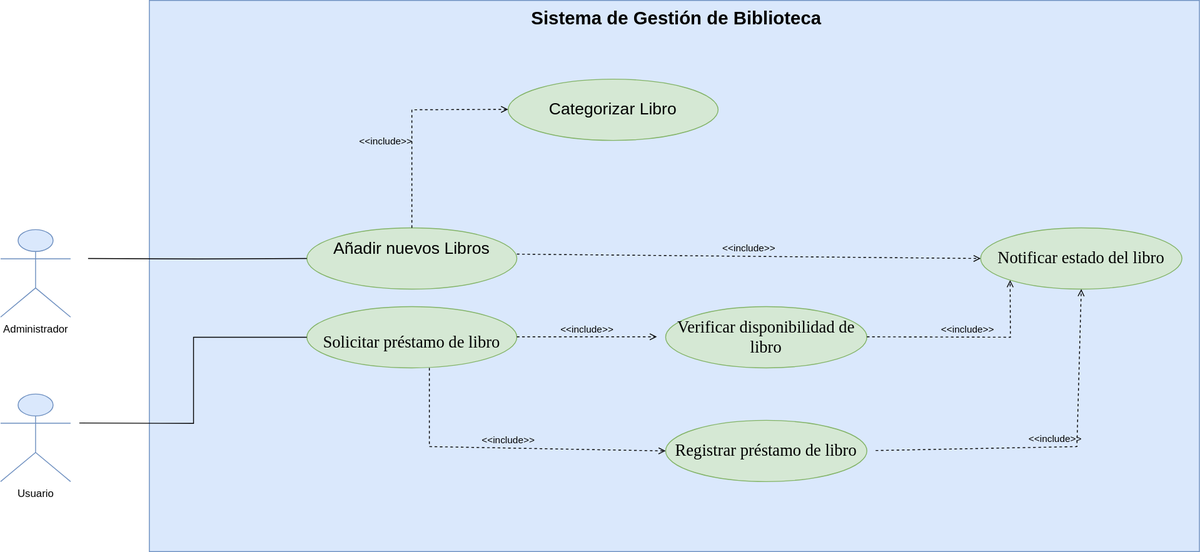
Before: diagramas/diagrama_biblioteca.svg, a diagram exported from draw.io (juanfernandocabuyales/usb_arquitectura). Source tidied: cells renumbered, new cells last; positions are measured from the earlier drawing's top-left corner, leaving out a move shared by most shapes.
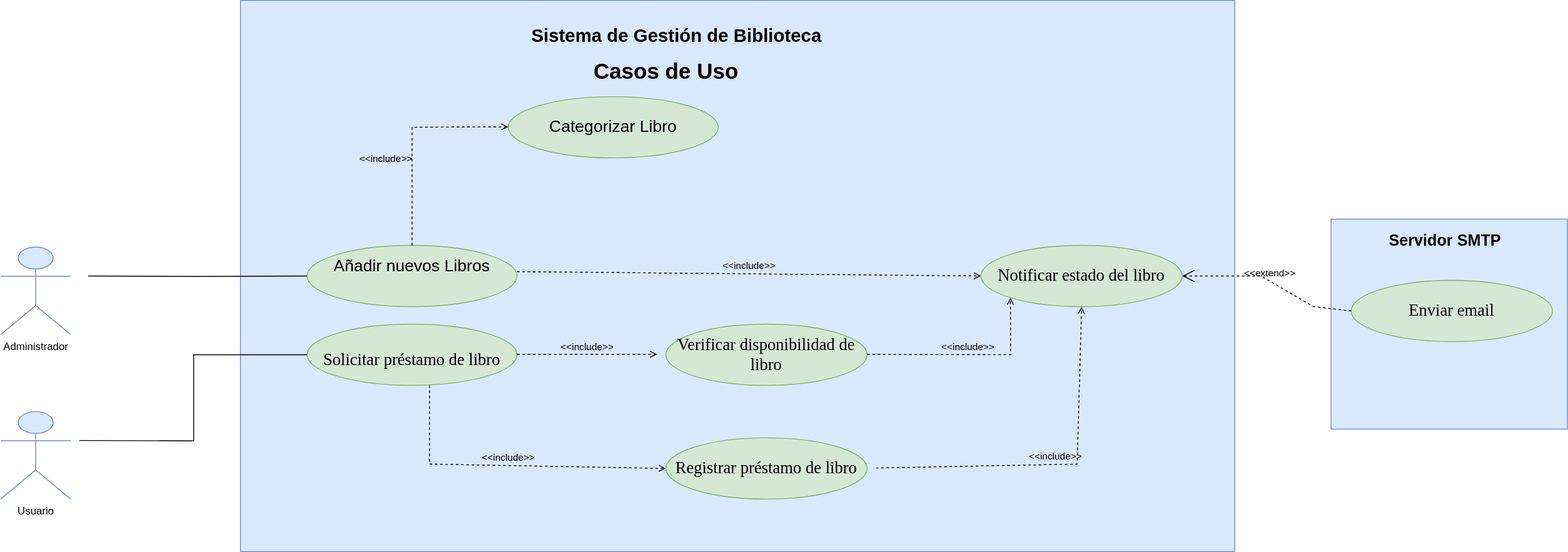
The same diagram one commit later.

Diff of the diagram source:
```diff
@@ -2,8 +2,11 @@
   <root>
     <mxCell id="0" />
     <mxCell id="1" parent="0" />
+    <mxCell id="20" style="html=1;whiteSpace=wrap;fillColor=#dae8fc;strokeColor=#6c8ebf;" parent="1" vertex="1">
+      <mxGeometry x="1520" y="230" width="270" height="240" as="geometry" />
+    </mxCell>
     <mxCell id="2" style="rounded=0;whiteSpace=wrap;html=1;fillColor=#dae8fc;strokeColor=#6c8ebf;" parent="1" vertex="1">
-      <mxGeometry x="170" width="1200" height="630" as="geometry" />
+      <mxGeometry x="274" y="-20" width="1136" height="630" as="geometry" />
     </mxCell>
     <mxCell id="3" value="Añadir nuevos Libros&lt;div style=&quot;font-size: 19px;&quot;&gt;&lt;br style=&quot;font-size: 19px;&quot;&gt;&lt;/div&gt;" style="ellipse;whiteSpace=wrap;html=1;fontSize=19;fillColor=#d5e8d4;strokeColor=#82b366;" parent="1" vertex="1">
       <mxGeometry x="350" y="260" width="240" height="70" as="geometry" />
@@ -85,5 +88,22 @@
         </Array>
       </mxGeometry>
     </mxCell>
+    <mxCell id="21" value="&lt;div style=&quot;&quot;&gt;&lt;font face=&quot;Calibri&quot;&gt;Enviar email&lt;/font&gt;&lt;/div&gt;" style="ellipse;whiteSpace=wrap;html=1;fontSize=19;fillColor=#d5e8d4;strokeColor=#82b366;" parent="1" vertex="1">
+      <mxGeometry x="1543" y="300" width="230" height="70" as="geometry" />
+    </mxCell>
+    <mxCell id="22" value="&amp;lt;&amp;lt;extend&amp;gt;&amp;gt;" style="edgeStyle=none;html=1;startArrow=open;endArrow=none;startSize=12;verticalAlign=bottom;dashed=1;labelBackgroundColor=none;rounded=0;entryX=0;entryY=0.5;entryDx=0;entryDy=0;exitX=1;exitY=0.5;exitDx=0;exitDy=0;" parent="1" edge="1" source="8" target="21">
+      <mxGeometry relative="1" as="geometry">
+        <Array as="points">
+          <mxPoint x="1440" y="295" />
+          <mxPoint x="1500" y="330" />
+        </Array>
+      </mxGeometry>
+    </mxCell>
+    <mxCell id="23" value="Casos de Uso" style="text;html=1;align=center;verticalAlign=middle;strokeColor=none;fillColor=none;fontSize=25;fontStyle=1;" parent="1" vertex="1">
+      <mxGeometry x="670" y="40" width="180" height="40" as="geometry" />
+    </mxCell>
+    <mxCell id="24" value="Servidor SMTP" style="text;html=1;align=center;verticalAlign=middle;strokeColor=none;fillColor=none;fontSize=18;fontStyle=1;" parent="1" vertex="1">
+      <mxGeometry x="1575" y="235" width="150" height="40" as="geometry" />
+    </mxCell>
   </root>
 </mxGraphModel>
```
